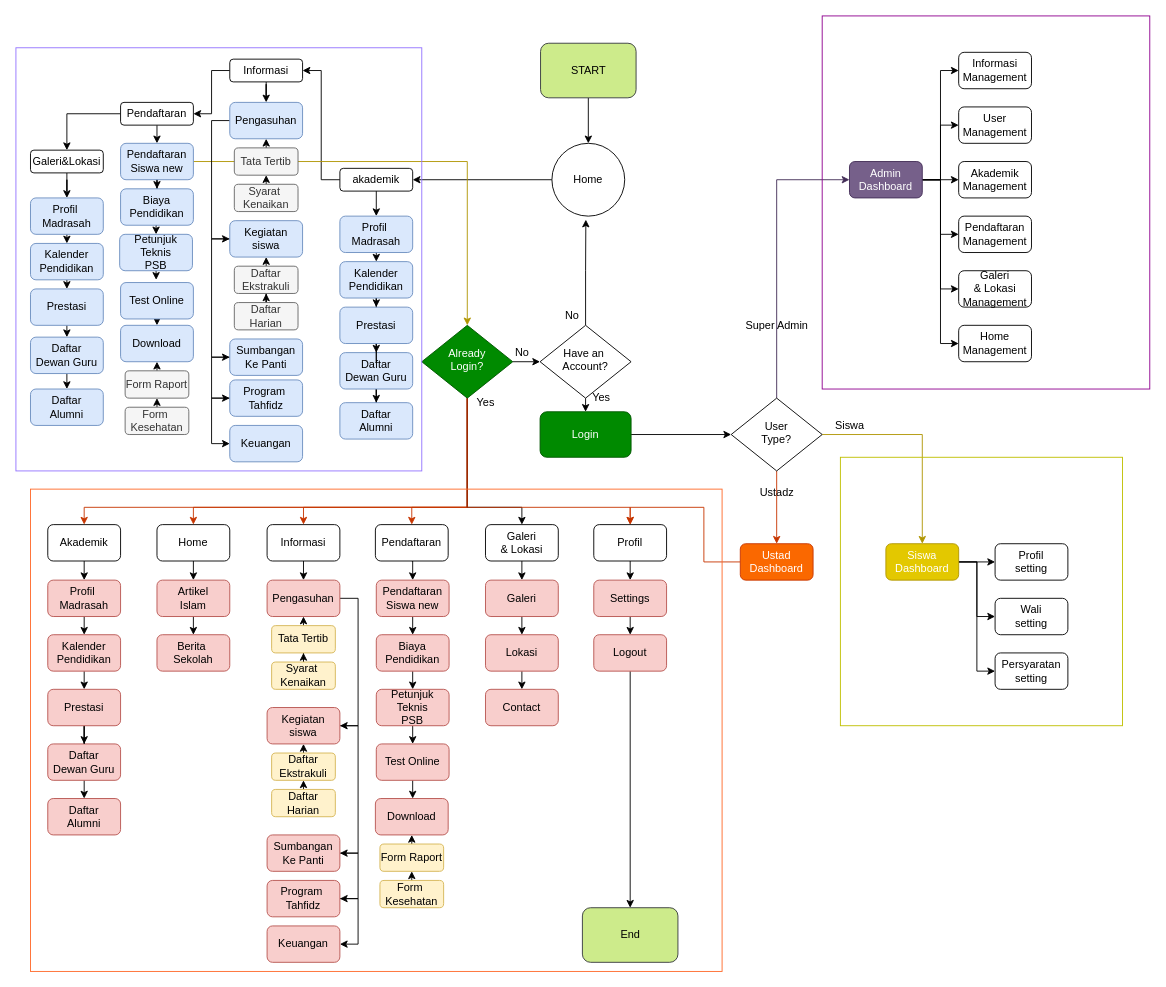
Before: Website/Untitled Diagram.drawio in Teddir/Portofolio, a draw.io diagram. Source tidied: cells renumbered, new cells numbered last; positions are measured from the earlier drawing's top-left corner, leaving out a move shared by most shapes. Both pictures are drawn from the tidied source at 91%, with x=0, y=0 at pixel (15, 15).
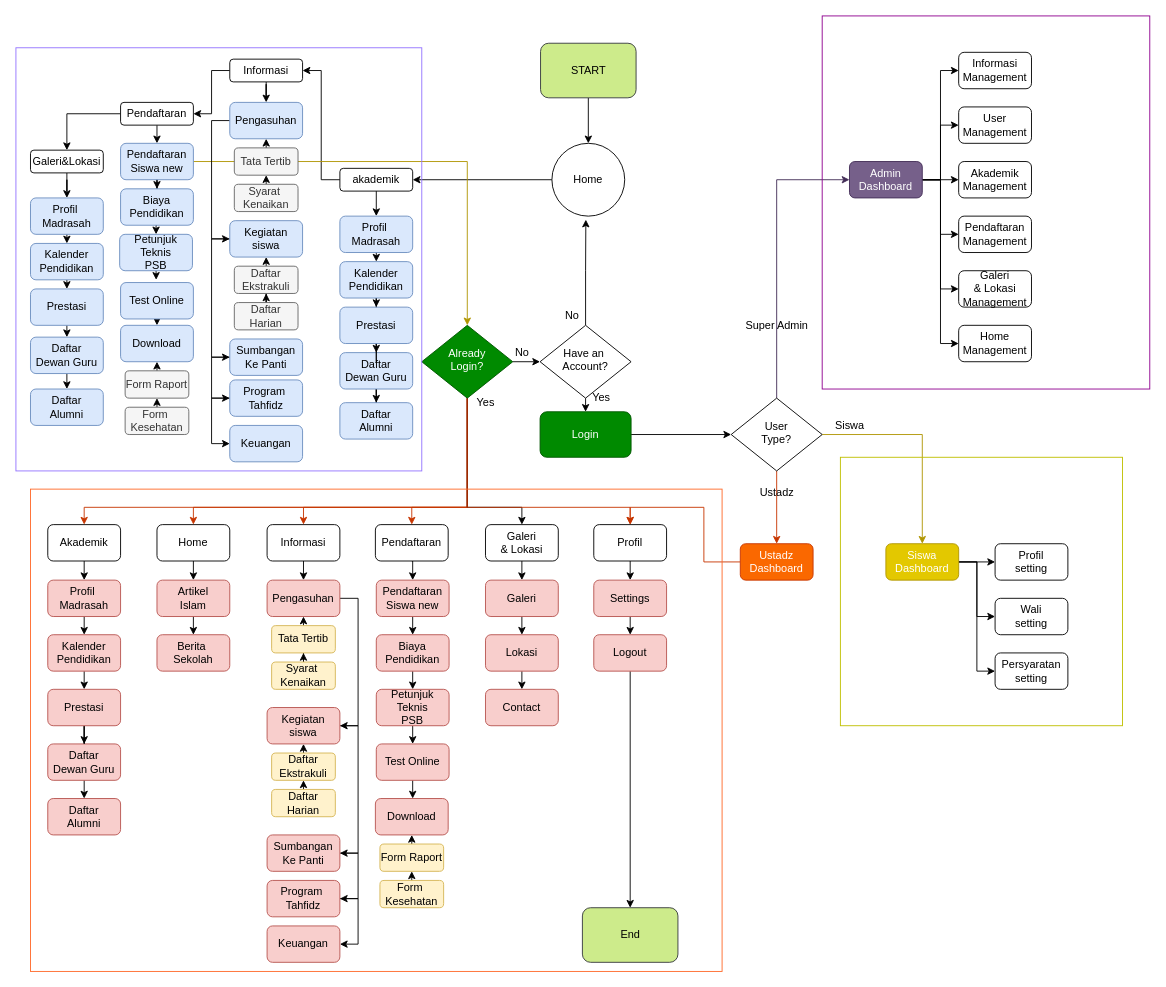
After the change.

Change to the diagram source:
```diff
@@
-    <mxCell id="154" value="Ustad&lt;br&gt;Dashboard" style="rounded=1;whiteSpace=wrap;html=1;fontSize=12;glass=0;strokeWidth=1;shadow=0;fillColor=#fa6800;strokeColor=#C73500;fontColor=#ffffff;" parent="1" vertex="1">
+    <mxCell id="154" value="Ustadz&lt;br&gt;Dashboard" style="rounded=1;whiteSpace=wrap;html=1;fontSize=12;glass=0;strokeWidth=1;shadow=0;fillColor=#fa6800;strokeColor=#C73500;fontColor=#ffffff;" parent="1" vertex="1">
       <mxGeometry x="796" y="580" width="80" height="40" as="geometry" />
     </mxCell>
```
